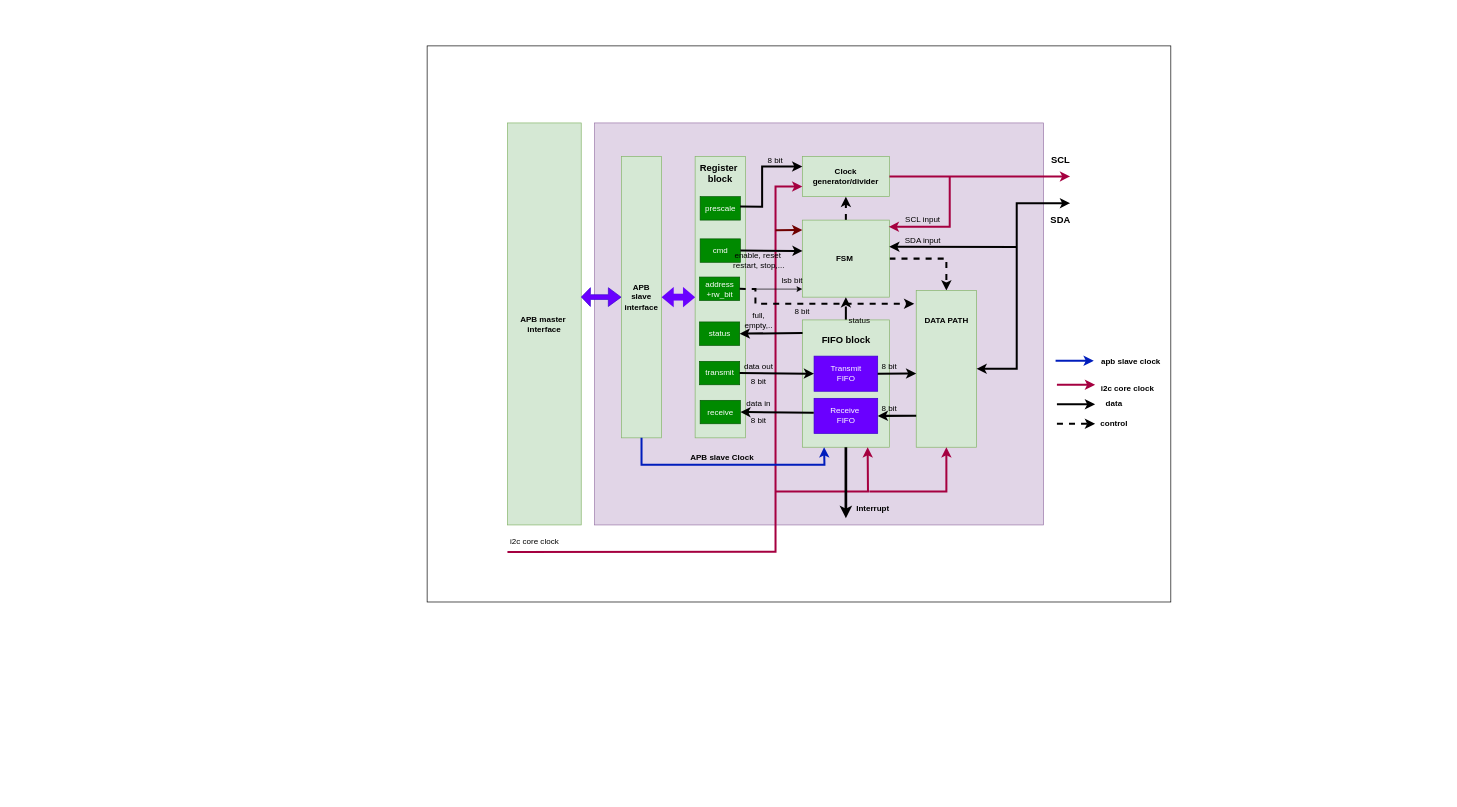
Earlier version of the draw.io diagram i2c spec/master block diagram.drawio (quyenpro123/i2c_master_slave). Source tidied: cells renumbered, new cells numbered last; positions are measured from the earlier drawing's top-left corner, leaving out a move shared by most shapes. Both pictures are drawn from the tidied source at 67%, with x=0, y=0 at pixel (427, 46).
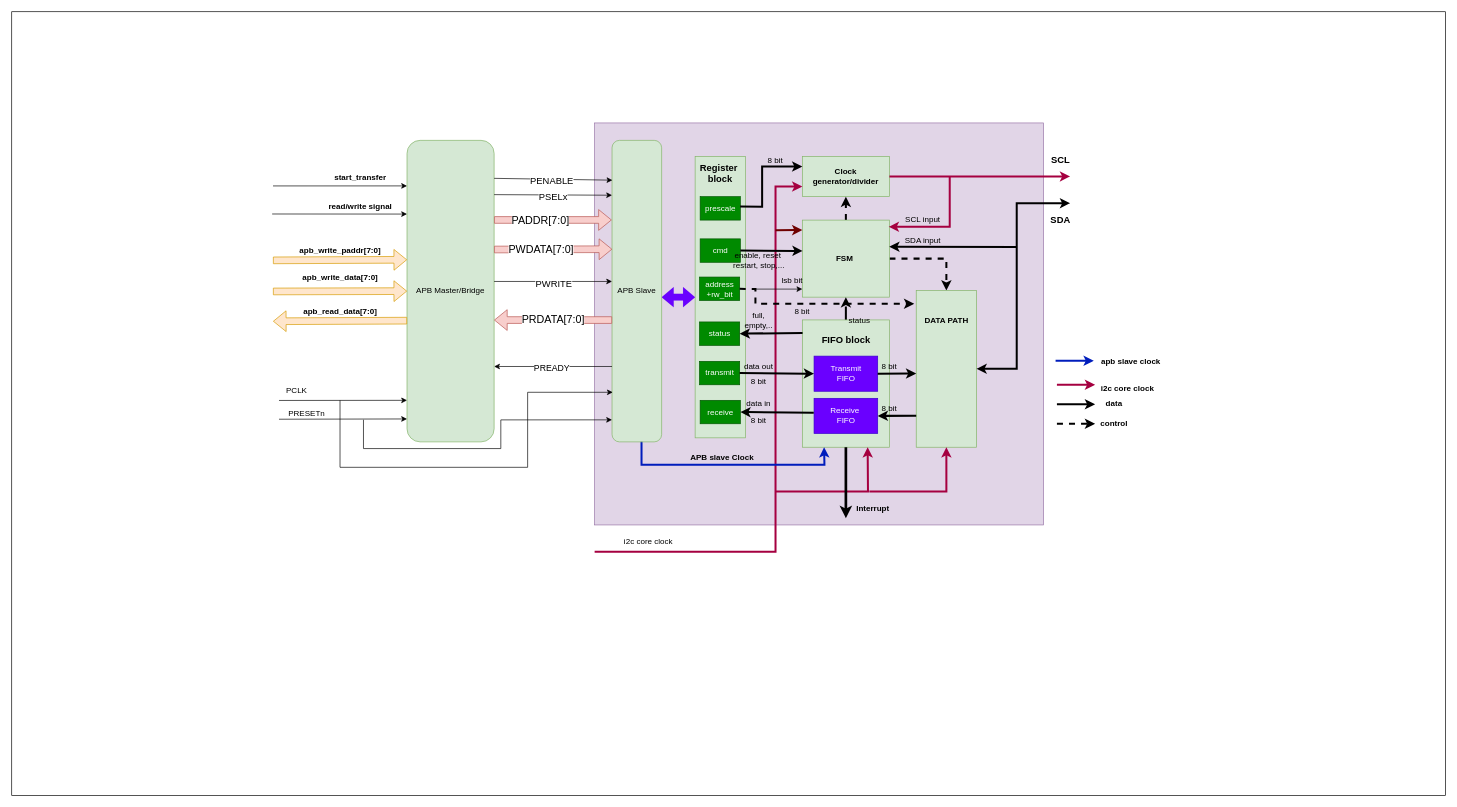
After the change.

Unchanged cells that the change refers to:
```xml
<mxCell id="16" value="&lt;b&gt;Clock &lt;br&gt;generator/divider&lt;/b&gt;" style="rounded=0;whiteSpace=wrap;html=1;fillColor=#d5e8d4;strokeColor=#82b366;" parent="1" vertex="1">
  <mxGeometry x="560" y="165" width="130" height="60" as="geometry" />
</mxCell>
<mxCell id="21" style="rounded=0;whiteSpace=wrap;html=1;fillColor=#d5e8d4;strokeColor=#82b366;" parent="1" vertex="1">
  <mxGeometry x="560" y="409" width="130" height="190" as="geometry" />
</mxCell>
```

Diff of the diagram source:
```diff
@@
-    <mxCell id="2" style="rounded=0;whiteSpace=wrap;html=1;" parent="1" vertex="1">
-      <mxGeometry width="1110" height="830" as="geometry" />
-    </mxCell>
+    <mxCell id="73" style="rounded=0;whiteSpace=wrap;html=1;" parent="1" vertex="1">
+      <mxGeometry x="-620" y="-51" width="2140" height="1170" as="geometry" />
+    </mxCell>
@@
-    <mxCell id="4" value="&lt;b&gt;APB master&amp;nbsp;&lt;br&gt;interface&lt;/b&gt;" style="rounded=0;whiteSpace=wrap;html=1;fillColor=#d5e8d4;strokeColor=#82b366;" parent="1" vertex="1">
-      <mxGeometry x="120" y="115" width="110" height="600" as="geometry" />
-    </mxCell>
-    <mxCell id="5" value="&lt;b&gt;APB slave&lt;br&gt;interface&lt;/b&gt;" style="rounded=0;whiteSpace=wrap;html=1;fillColor=#d5e8d4;strokeColor=#82b366;" parent="1" vertex="1">
-      <mxGeometry x="290" y="165" width="60" height="420" as="geometry" />
-    </mxCell>
-    <mxCell id="6" style="shape=flexArrow;endArrow=classic;startArrow=classic;html=1;rounded=0;exitX=0.997;exitY=0.433;exitDx=0;exitDy=0;entryX=0;entryY=0.5;entryDx=0;entryDy=0;exitPerimeter=0;width=7.0588235294117645;startSize=4.176470588235294;fillColor=#6a00ff;strokeColor=#3700CC;" parent="1" edge="1" source="4" target="5">
-      <mxGeometry relative="1" as="geometry" />
-    </mxCell>
@@
-    <mxCell id="15" style="shape=flexArrow;endArrow=classic;startArrow=classic;html=1;rounded=0;exitX=1;exitY=0.5;exitDx=0;exitDy=0;fillColor=#6a00ff;strokeColor=#3700CC;strokeWidth=0;" parent="1" edge="1" source="5">
+    <mxCell id="15" style="shape=flexArrow;endArrow=classic;startArrow=classic;html=1;rounded=0;exitX=1;exitY=0.5;exitDx=0;exitDy=0;fillColor=#6a00ff;strokeColor=#3700CC;strokeWidth=0;" parent="1" edge="1">
       <mxGeometry relative="1" as="geometry">
+        <mxPoint x="350" y="375" as="sourcePoint" />
         <mxPoint x="400" y="375" as="targetPoint" />
       </mxGeometry>
     </mxCell>
@@
-    <mxCell id="25" style="endArrow=classic;html=1;rounded=0;exitX=0.108;exitY=0.91;exitDx=0;exitDy=0;entryX=0;entryY=0.75;entryDx=0;entryDy=0;strokeWidth=3;fillColor=#d80073;strokeColor=#A50040;exitPerimeter=0;" parent="1" edge="1" source="2" target="16">
+    <mxCell id="25" style="endArrow=classic;html=1;rounded=0;entryX=0;entryY=0.75;entryDx=0;entryDy=0;strokeWidth=3;fillColor=#d80073;strokeColor=#A50040;" parent="1" edge="1" target="16">
       <mxGeometry relative="1" as="geometry">
+        <mxPoint x="250" y="755" as="sourcePoint" />
         <Array as="points">
           <mxPoint x="520" y="755" />
           <mxPoint x="520" y="665" />
           <mxPoint x="520" y="270" />
           <mxPoint x="520" y="210" />
         </Array>
       </mxGeometry>
     </mxCell>
@@
-    <mxCell id="32" style="endArrow=classic;html=1;rounded=0;exitX=0.5;exitY=1;exitDx=0;exitDy=0;entryX=0.25;entryY=1;entryDx=0;entryDy=0;strokeWidth=3;fillColor=#0050ef;strokeColor=#001DBC;" parent="1" edge="1" source="5" target="21">
+    <mxCell id="32" style="endArrow=classic;html=1;rounded=0;exitX=0.5;exitY=1;exitDx=0;exitDy=0;entryX=0.25;entryY=1;entryDx=0;entryDy=0;strokeWidth=3;fillColor=#0050ef;strokeColor=#001DBC;" parent="1" edge="1" target="21">
       <mxGeometry relative="1" as="geometry">
+        <mxPoint x="320" y="585" as="sourcePoint" />
         <Array as="points">
           <mxPoint x="320" y="625" />
           <mxPoint x="593" y="625" />
         </Array>
       </mxGeometry>
     </mxCell>
@@
     <mxCell id="66" value="i2c core clock" style="text;html=1;align=center;verticalAlign=middle;strokeColor=none;fillColor=none;" parent="1" vertex="1">
-      <mxGeometry x="110" y="725" width="100" height="30" as="geometry" />
+      <mxGeometry x="280" y="725" width="100" height="30" as="geometry" />
     </mxCell>
@@
+    <mxCell id="74" value="APB Master/Bridge" style="rounded=1;whiteSpace=wrap;html=1;fillColor=#d5e8d4;strokeColor=#82b366;" parent="1" vertex="1">
+      <mxGeometry x="-30" y="141" width="130" height="450" as="geometry" />
+    </mxCell>
+    <mxCell id="75" value="APB Slave" style="rounded=1;whiteSpace=wrap;html=1;fillColor=#d5e8d4;strokeColor=#82b366;" parent="1" vertex="1">
+      <mxGeometry x="276" y="141" width="74" height="450" as="geometry" />
+    </mxCell>
+    <mxCell id="76" style="endArrow=classic;html=1;rounded=0;exitX=1;exitY=0.126;exitDx=0;exitDy=0;exitPerimeter=0;entryX=0.007;entryY=0.132;entryDx=0;entryDy=0;entryPerimeter=0;" parent="1" edge="1" source="74" target="75">
+      <mxGeometry relative="1" as="geometry" />
+    </mxCell>
+    <mxCell id="77" value="PENABLE" style="edgeLabel;html=1;align=center;verticalAlign=middle;fontSize=14;" parent="76" vertex="1">
+      <mxGeometry x="-0.17" y="-3" relative="1" as="geometry">
+        <mxPoint x="13" as="offset" />
+      </mxGeometry>
+    </mxCell>
+    <mxCell id="78" style="endArrow=classic;html=1;rounded=0;exitX=1;exitY=0.18;exitDx=0;exitDy=0;exitPerimeter=0;entryX=0;entryY=0.182;entryDx=0;entryDy=0;entryPerimeter=0;" parent="1" edge="1" source="74" target="75">
+      <mxGeometry relative="1" as="geometry" />
+    </mxCell>
+    <mxCell id="79" value="PSELx" style="edgeLabel;html=1;align=center;verticalAlign=middle;fontSize=14;" parent="78" vertex="1">
+      <mxGeometry x="-0.17" y="-3" relative="1" as="geometry">
+        <mxPoint x="15" as="offset" />
+      </mxGeometry>
+    </mxCell>
+    <mxCell id="80" style="shape=flexArrow;endArrow=classic;html=1;rounded=0;exitX=1;exitY=0.264;exitDx=0;exitDy=0;exitPerimeter=0;entryX=-0.007;entryY=0.264;entryDx=0;entryDy=0;entryPerimeter=0;fillColor=#f8cecc;strokeColor=#b85450;" parent="1" edge="1" source="74" target="75">
+      <mxGeometry relative="1" as="geometry" />
+    </mxCell>
+    <mxCell id="81" value="PADDR[7:0]" style="edgeLabel;html=1;align=center;verticalAlign=middle;rotation=0;fontSize=16;" parent="80" vertex="1">
+      <mxGeometry x="-0.04" y="-1" relative="1" as="geometry">
+        <mxPoint x="-16" y="-1" as="offset" />
+      </mxGeometry>
+    </mxCell>
+    <mxCell id="82" style="shape=flexArrow;endArrow=classic;html=1;rounded=0;exitX=1;exitY=0.362;exitDx=0;exitDy=0;exitPerimeter=0;entryX=0.003;entryY=0.361;entryDx=0;entryDy=0;entryPerimeter=0;fillColor=#f8cecc;strokeColor=#b85450;" parent="1" edge="1" target="75">
+      <mxGeometry relative="1" as="geometry">
+        <mxPoint x="100" y="303.9" as="sourcePoint" />
+      </mxGeometry>
+    </mxCell>
+    <mxCell id="83" value="PWDATA[7:0]" style="edgeLabel;html=1;align=center;verticalAlign=middle;rotation=0;fontSize=16;" parent="82" vertex="1">
+      <mxGeometry x="-0.04" y="-1" relative="1" as="geometry">
+        <mxPoint x="-16" y="-1" as="offset" />
+      </mxGeometry>
+    </mxCell>
+    <mxCell id="84" style="endArrow=classic;html=1;rounded=0;exitX=1;exitY=0.468;exitDx=0;exitDy=0;exitPerimeter=0;entryX=0;entryY=0.468;entryDx=0;entryDy=0;entryPerimeter=0;" parent="1" edge="1" source="74" target="75">
+      <mxGeometry relative="1" as="geometry" />
+    </mxCell>
+    <mxCell id="85" value="PWRITE" style="edgeLabel;html=1;align=center;verticalAlign=middle;fontSize=14;" parent="84" vertex="1">
+      <mxGeometry x="-0.17" y="-3" relative="1" as="geometry">
+        <mxPoint x="15" as="offset" />
+      </mxGeometry>
+    </mxCell>
+    <mxCell id="86" style="shape=flexArrow;endArrow=classic;html=1;rounded=0;exitX=0;exitY=0.596;exitDx=0;exitDy=0;exitPerimeter=0;entryX=1;entryY=0.596;entryDx=0;entryDy=0;entryPerimeter=0;fillColor=#f8cecc;strokeColor=#b85450;" parent="1" edge="1" source="75" target="74">
+      <mxGeometry relative="1" as="geometry" />
+    </mxCell>
+    <mxCell id="87" value="PRDATA[7:0]" style="edgeLabel;html=1;align=center;verticalAlign=middle;rotation=0;fontSize=16;" parent="86" vertex="1">
+      <mxGeometry x="-0.04" y="-1" relative="1" as="geometry">
+        <mxPoint x="-5" y="-1" as="offset" />
+      </mxGeometry>
+    </mxCell>
+    <mxCell id="88" style="endArrow=classic;html=1;rounded=0;exitX=0;exitY=0.75;exitDx=0;exitDy=0;entryX=1;entryY=0.75;entryDx=0;entryDy=0;" parent="1" edge="1" source="75" target="74">
+      <mxGeometry relative="1" as="geometry" />
+    </mxCell>
+    <mxCell id="89" value="&lt;font style=&quot;font-size: 13px;&quot;&gt;PREADY&lt;/font&gt;" style="edgeLabel;html=1;align=center;verticalAlign=middle;" parent="88" vertex="1">
+      <mxGeometry x="0.12" y="2" relative="1" as="geometry">
+        <mxPoint x="8" as="offset" />
+      </mxGeometry>
+    </mxCell>
+    <mxCell id="90" style="endArrow=classic;html=1;rounded=0;entryX=0;entryY=0.924;entryDx=0;entryDy=0;entryPerimeter=0;exitX=0.053;exitY=0.666;exitDx=0;exitDy=0;exitPerimeter=0;" parent="1" edge="1" target="74">
+      <mxGeometry relative="1" as="geometry">
+        <mxPoint x="-221.1" y="557.2" as="sourcePoint" />
+      </mxGeometry>
+    </mxCell>
+    <mxCell id="91" style="edgeStyle=orthogonalEdgeStyle;rounded=0;jettySize=auto;html=1;entryX=0;entryY=0.927;entryDx=0;entryDy=0;entryPerimeter=0;" parent="1" edge="1" target="75">
+      <mxGeometry relative="1" as="geometry">
+        <mxPoint x="-95" y="558" as="sourcePoint" />
+        <Array as="points">
+          <mxPoint x="-95" y="601" />
+          <mxPoint x="110" y="601" />
+          <mxPoint x="110" y="558" />
+        </Array>
+      </mxGeometry>
+    </mxCell>
+    <mxCell id="92" style="endArrow=classic;html=1;rounded=0;entryX=0;entryY=0.151;entryDx=0;entryDy=0;entryPerimeter=0;endSize=6;" parent="1" edge="1" target="74">
+      <mxGeometry relative="1" as="geometry">
+        <mxPoint x="-230" y="209" as="sourcePoint" />
+      </mxGeometry>
+    </mxCell>
+    <mxCell id="93" value="&lt;b&gt;start_transfer&lt;/b&gt;" style="text;html=1;align=center;verticalAlign=middle;strokeColor=none;fillColor=none;" parent="1" vertex="1">
+      <mxGeometry x="-150" y="181" width="100" height="30" as="geometry" />
+    </mxCell>
+    <mxCell id="94" style="endArrow=classic;html=1;rounded=0;entryX=0;entryY=0.151;entryDx=0;entryDy=0;entryPerimeter=0;exitX=0.044;exitY=0.263;exitDx=0;exitDy=0;exitPerimeter=0;" parent="1" edge="1">
+      <mxGeometry relative="1" as="geometry">
+        <mxPoint x="-231.3" y="250.9" as="sourcePoint" />
+        <mxPoint x="-30" y="251" as="targetPoint" />
+      </mxGeometry>
+    </mxCell>
+    <mxCell id="95" value="&lt;b&gt;read/write signal&lt;/b&gt;" style="text;html=1;align=center;verticalAlign=middle;strokeColor=none;fillColor=none;" parent="1" vertex="1">
+      <mxGeometry x="-160" y="225" width="120" height="30" as="geometry" />
+    </mxCell>
+    <mxCell id="96" style="shape=flexArrow;endArrow=classic;html=1;rounded=0;entryX=0;entryY=0.396;entryDx=0;entryDy=0;entryPerimeter=0;exitX=1;exitY=0.398;exitDx=0;exitDy=0;exitPerimeter=0;fillColor=#ffe6cc;strokeColor=#d79b00;" parent="1" edge="1" target="74">
+      <mxGeometry relative="1" as="geometry">
+        <mxPoint x="-230" y="320.1" as="sourcePoint" />
+      </mxGeometry>
+    </mxCell>
+    <mxCell id="97" style="shape=flexArrow;endArrow=classic;html=1;rounded=0;entryX=0;entryY=0.5;entryDx=0;entryDy=0;exitX=1;exitY=0.398;exitDx=0;exitDy=0;exitPerimeter=0;fillColor=#ffe6cc;strokeColor=#d79b00;" parent="1" edge="1" target="74">
+      <mxGeometry relative="1" as="geometry">
+        <mxPoint x="-230" y="366.5" as="sourcePoint" />
+      </mxGeometry>
+    </mxCell>
+    <mxCell id="98" style="shape=flexArrow;endArrow=classic;html=1;rounded=0;exitX=0;exitY=0.598;exitDx=0;exitDy=0;exitPerimeter=0;fillColor=#ffe6cc;strokeColor=#d79b00;" parent="1" edge="1" source="74">
+      <mxGeometry relative="1" as="geometry">
+        <mxPoint x="-230" y="411" as="targetPoint" />
+      </mxGeometry>
+    </mxCell>
+    <mxCell id="99" value="&lt;b&gt;apb_write_paddr[7:0]&lt;/b&gt;" style="text;html=1;align=center;verticalAlign=middle;strokeColor=none;fillColor=none;" parent="1" vertex="1">
+      <mxGeometry x="-200" y="291" width="140" height="30" as="geometry" />
+    </mxCell>
+    <mxCell id="100" value="&lt;b&gt;apb_write_data[7:0]&lt;/b&gt;" style="text;html=1;align=center;verticalAlign=middle;strokeColor=none;fillColor=none;" parent="1" vertex="1">
+      <mxGeometry x="-200" y="331" width="140" height="30" as="geometry" />
+    </mxCell>
+    <mxCell id="101" value="&lt;b&gt;apb_read_data[7:0]&lt;/b&gt;" style="text;html=1;align=center;verticalAlign=middle;strokeColor=none;fillColor=none;" parent="1" vertex="1">
+      <mxGeometry x="-195" y="381" width="130" height="30" as="geometry" />
+    </mxCell>
+    <mxCell id="102" value="PCLK" style="text;html=1;align=center;verticalAlign=middle;strokeColor=none;fillColor=none;" parent="1" vertex="1">
+      <mxGeometry x="-220" y="499" width="50" height="30" as="geometry" />
+    </mxCell>
+    <mxCell id="103" style="endArrow=classic;html=1;rounded=0;entryX=0;entryY=0.924;entryDx=0;entryDy=0;entryPerimeter=0;exitX=0.053;exitY=0.666;exitDx=0;exitDy=0;exitPerimeter=0;" parent="1" edge="1">
+      <mxGeometry relative="1" as="geometry">
+        <mxPoint x="-221.1" y="529.2" as="sourcePoint" />
+        <mxPoint x="-30" y="529" as="targetPoint" />
+      </mxGeometry>
+    </mxCell>
+    <mxCell id="104" style="edgeStyle=orthogonalEdgeStyle;rounded=0;orthogonalLoop=1;jettySize=auto;html=1;entryX=0.015;entryY=0.849;entryDx=0;entryDy=0;entryPerimeter=0;" parent="1" edge="1">
+      <mxGeometry relative="1" as="geometry">
+        <mxPoint x="-130" y="529" as="sourcePoint" />
+        <mxPoint x="277.1" y="517" as="targetPoint" />
+        <Array as="points">
+          <mxPoint x="-130" y="529" />
+          <mxPoint x="-130" y="629" />
+          <mxPoint x="150" y="629" />
+          <mxPoint x="150" y="517" />
+        </Array>
+      </mxGeometry>
+    </mxCell>
+    <mxCell id="105" value="PRESETn" style="text;html=1;align=center;verticalAlign=middle;strokeColor=none;fillColor=none;" parent="1" vertex="1">
+      <mxGeometry x="-220" y="534" width="80" height="30" as="geometry" />
+    </mxCell>
```
